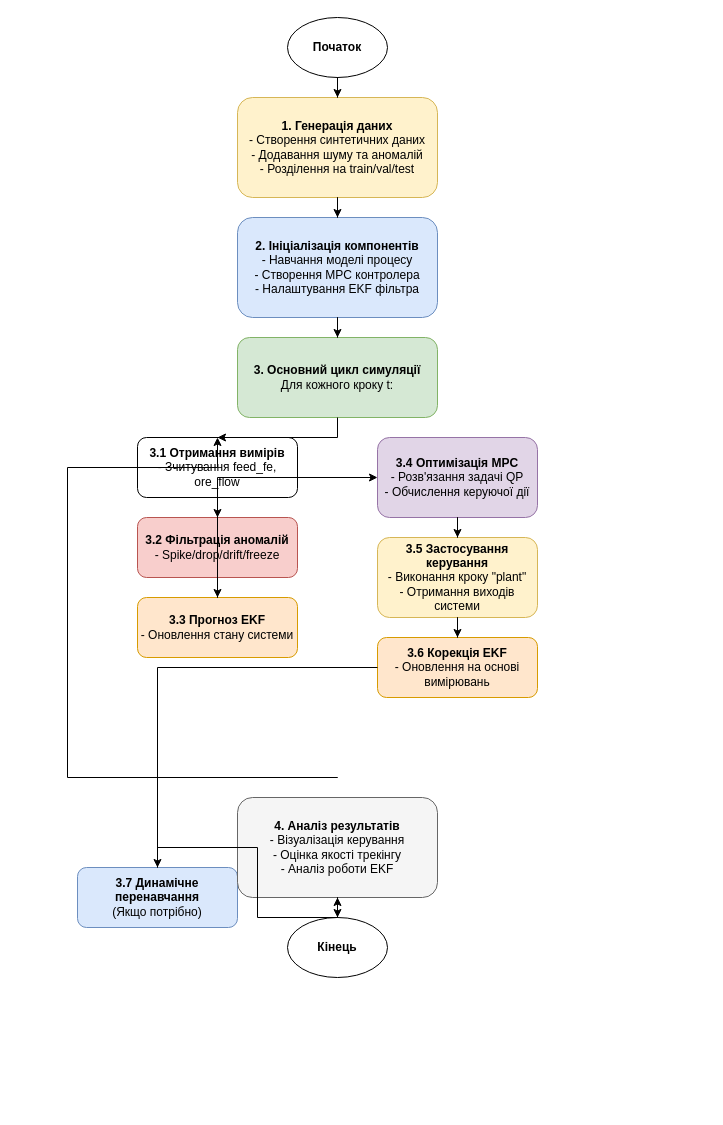
Before: Img/drawio/alg.drawio in wooiko/KModel, a draw.io diagram. Source tidied: cells renumbered, new cells numbered last; positions are measured from the earlier drawing's top-left corner, leaving out a move shared by most shapes. Both pictures are drawn from the tidied source at 100%, with x=0, y=0 at pixel (67, 17).
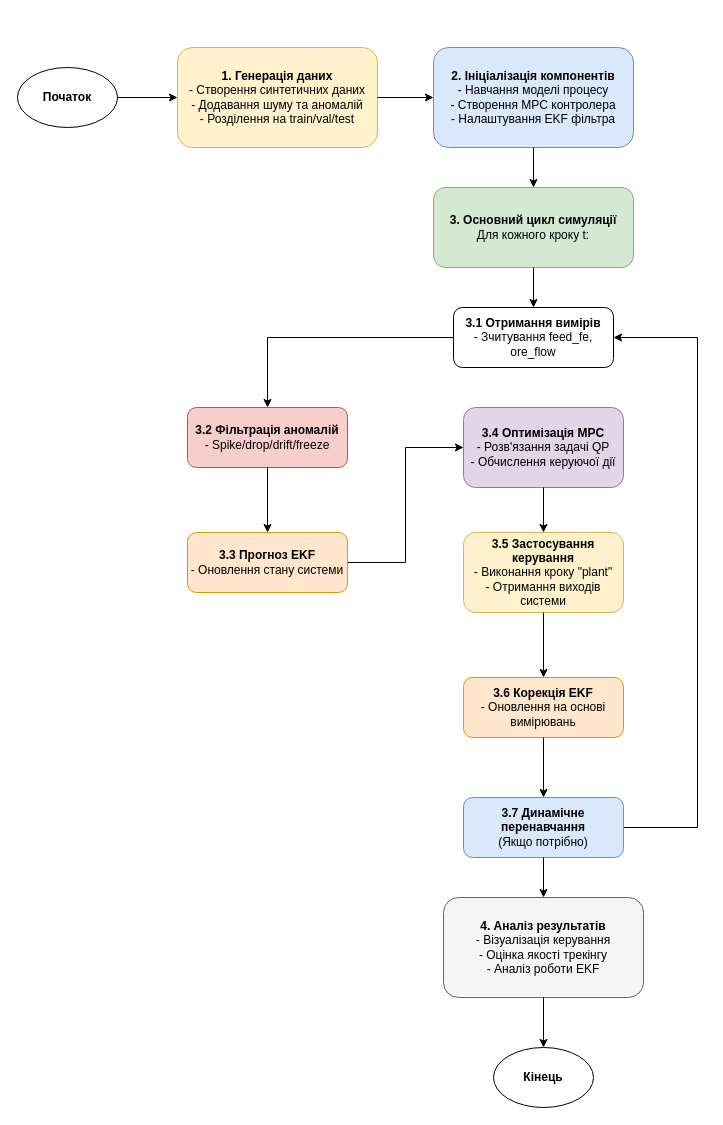
The same diagram, later.

What changed in the source:
```diff
@@
     <mxCell id="2" value="&lt;b&gt;Початок&lt;/b&gt;" style="ellipse;whiteSpace=wrap;html=1;" parent="1" vertex="1">
-      <mxGeometry x="220" width="100" height="60" as="geometry" />
+      <mxGeometry x="-50" y="50" width="100" height="60" as="geometry" />
     </mxCell>
     <mxCell id="3" value="&lt;b&gt;1. Генерація даних&lt;/b&gt;&lt;br&gt;- Створення синтетичних даних&lt;br&gt;- Додавання шуму та аномалій&lt;br&gt;- Розділення на train/val/test" style="rounded=1;whiteSpace=wrap;html=1;fillColor=#fff2cc;strokeColor=#d6b656;" parent="1" vertex="1">
-      <mxGeometry x="170" y="80" width="200" height="100" as="geometry" />
+      <mxGeometry x="110" y="30" width="200" height="100" as="geometry" />
     </mxCell>
     <mxCell id="4" value="&lt;b&gt;2. Ініціалізація компонентів&lt;/b&gt;&lt;br&gt;- Навчання моделі процесу&lt;br&gt;- Створення MPC контролера&lt;br&gt;- Налаштування EKF фільтра" style="rounded=1;whiteSpace=wrap;html=1;fillColor=#dae8fc;strokeColor=#6c8ebf;" parent="1" vertex="1">
-      <mxGeometry x="170" y="200" width="200" height="100" as="geometry" />
+      <mxGeometry x="366" y="30" width="200" height="100" as="geometry" />
     </mxCell>
     <mxCell id="5" value="&lt;b&gt;3. Основний цикл симуляції&lt;/b&gt;&lt;br&gt;Для кожного кроку t:" style="rounded=1;whiteSpace=wrap;html=1;fillColor=#d5e8d4;strokeColor=#82b366;" parent="1" vertex="1">
-      <mxGeometry x="170" y="320" width="200" height="80" as="geometry" />
+      <mxGeometry x="366" y="170" width="200" height="80" as="geometry" />
     </mxCell>
     <mxCell id="6" value="&lt;b&gt;3.1 Отримання вимірів&lt;/b&gt;&lt;br&gt;- Зчитування feed_fe, ore_flow" style="rounded=1;whiteSpace=wrap;html=1;fillColor=#ffffff;strokeColor=#000000;" parent="1" vertex="1">
-      <mxGeometry x="70" y="420" width="160" height="60" as="geometry" />
+      <mxGeometry x="386" y="290" width="160" height="60" as="geometry" />
     </mxCell>
     <mxCell id="7" value="&lt;b&gt;3.2 Фільтрація аномалій&lt;/b&gt;&lt;br&gt;- Spike/drop/drift/freeze" style="rounded=1;whiteSpace=wrap;html=1;fillColor=#f8cecc;strokeColor=#b85450;" parent="1" vertex="1">
-      <mxGeometry x="70" y="500" width="160" height="60" as="geometry" />
+      <mxGeometry x="120" y="390" width="160" height="60" as="geometry" />
     </mxCell>
+    <mxCell id="21" style="edgeStyle=orthogonalEdgeStyle;rounded=0;jettySize=auto;html=1;entryX=0;entryY=0.5;entryDx=0;entryDy=0;" parent="1" edge="1" source="8" target="9">
+      <mxGeometry relative="1" as="geometry" />
+    </mxCell>
     <mxCell id="8" value="&lt;b&gt;3.3 Прогноз EKF&lt;/b&gt;&lt;br&gt;- Оновлення стану системи" style="rounded=1;whiteSpace=wrap;html=1;fillColor=#ffe6cc;strokeColor=#d79b00;" parent="1" vertex="1">
-      <mxGeometry x="70" y="580" width="160" height="60" as="geometry" />
+      <mxGeometry x="120" y="515" width="160" height="60" as="geometry" />
     </mxCell>
     <mxCell id="9" value="&lt;b&gt;3.4 Оптимізація MPC&lt;/b&gt;&lt;br&gt;- Розв'язання задачі QP&lt;br&gt;- Обчислення керуючої дії" style="rounded=1;whiteSpace=wrap;html=1;fillColor=#e1d5e7;strokeColor=#9673a6;" parent="1" vertex="1">
-      <mxGeometry x="310" y="420" width="160" height="80" as="geometry" />
+      <mxGeometry x="396" y="390" width="160" height="80" as="geometry" />
     </mxCell>
     <mxCell id="10" value="&lt;b&gt;3.5 Застосування керування&lt;/b&gt;&lt;br&gt;- Виконання кроку &amp;quot;plant&amp;quot;&lt;br&gt;- Отримання виходів системи" style="rounded=1;whiteSpace=wrap;html=1;fillColor=#fff2cc;strokeColor=#d6b656;" parent="1" vertex="1">
-      <mxGeometry x="310" y="520" width="160" height="80" as="geometry" />
+      <mxGeometry x="396" y="515" width="160" height="80" as="geometry" />
     </mxCell>
     <mxCell id="11" value="&lt;b&gt;3.6 Корекція EKF&lt;/b&gt;&lt;br&gt;- Оновлення на основі вимірювань" style="rounded=1;whiteSpace=wrap;html=1;fillColor=#ffe6cc;strokeColor=#d79b00;" parent="1" vertex="1">
-      <mxGeometry x="310" y="620" width="160" height="60" as="geometry" />
+      <mxGeometry x="396" y="660" width="160" height="60" as="geometry" />
     </mxCell>
+    <mxCell id="27" style="edgeStyle=orthogonalEdgeStyle;rounded=0;jettySize=auto;html=1;entryX=1;entryY=0.5;entryDx=0;entryDy=0;" parent="1" edge="1" source="12" target="6">
+      <mxGeometry relative="1" as="geometry">
+        <Array as="points">
+          <mxPoint x="630" y="810" />
+          <mxPoint x="630" y="320" />
+        </Array>
+      </mxGeometry>
+    </mxCell>
     <mxCell id="12" value="&lt;b&gt;3.7 Динамічне перенавчання&lt;/b&gt;&lt;br&gt;(Якщо потрібно)" style="rounded=1;whiteSpace=wrap;html=1;fillColor=#dae8fc;strokeColor=#6c8ebf;" parent="1" vertex="1">
-      <mxGeometry x="10" y="850" width="160" height="60" as="geometry" />
+      <mxGeometry x="396" y="780" width="160" height="60" as="geometry" />
     </mxCell>
     <mxCell id="13" value="&lt;b&gt;4. Аналіз результатів&lt;/b&gt;&lt;br&gt;- Візуалізація керування&lt;br&gt;- Оцінка якості трекінгу&lt;br&gt;- Аналіз роботи EKF" style="rounded=1;whiteSpace=wrap;html=1;fillColor=#f5f5f5;strokeColor=#666666;" parent="1" vertex="1">
-      <mxGeometry x="170" y="780" width="200" height="100" as="geometry" />
+      <mxGeometry x="376" y="880" width="200" height="100" as="geometry" />
     </mxCell>
     <mxCell id="14" value="&lt;b&gt;Кінець&lt;/b&gt;" style="ellipse;whiteSpace=wrap;html=1;" parent="1" vertex="1">
-      <mxGeometry x="220" y="900" width="100" height="60" as="geometry" />
+      <mxGeometry x="426" y="1030" width="100" height="60" as="geometry" />
     </mxCell>
@@
-    <mxCell id="21" style="edgeStyle=orthogonalEdgeStyle;rounded=0;jettySize=auto;html=1;" parent="1" edge="1" source="8" target="9">
-      <mxGeometry relative="1" as="geometry">
-        <Array as="points">
-          <mxPoint x="150" y="610" />
-          <mxPoint x="150" y="460" />
-          <mxPoint x="310" y="460" />
-        </Array>
-      </mxGeometry>
-    </mxCell>
@@
-    <mxCell id="27" style="edgeStyle=orthogonalEdgeStyle;rounded=0;jettySize=auto;html=1;entryX=0.5;entryY=0;entryDx=0;entryDy=0;" parent="1" edge="1" source="12" target="6">
-      <mxGeometry relative="1" as="geometry">
-        <Array as="points">
-          <mxPoint x="270" y="760" />
-          <mxPoint y="760" />
-          <mxPoint y="450" />
-          <mxPoint x="70" y="450" />
-        </Array>
-      </mxGeometry>
-    </mxCell>
```
